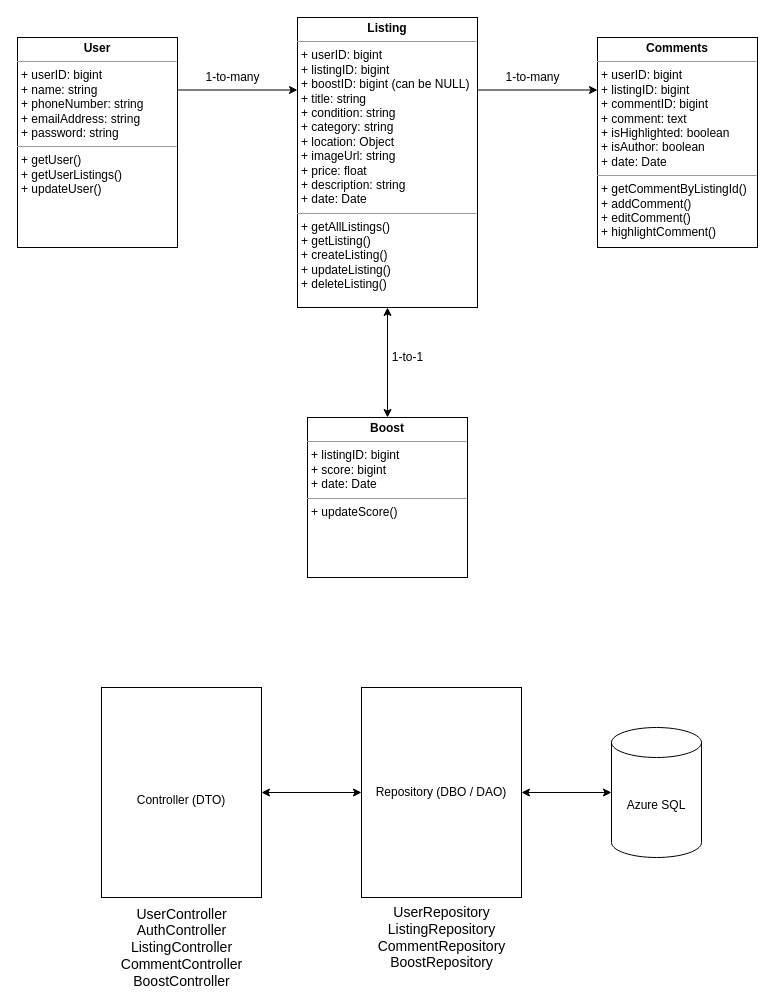
devin-efendy/fujiji keeps this draw.io diagram as docs/drawio/class-diagram.drawio. Above is the earlier version. Source tidied: cells renumbered, new cells numbered last; positions are measured from the earlier drawing's top-left corner, leaving out a move shared by most shapes. Both pictures are drawn from the tidied source at 100%, with x=0, y=0 at pixel (17, 17).
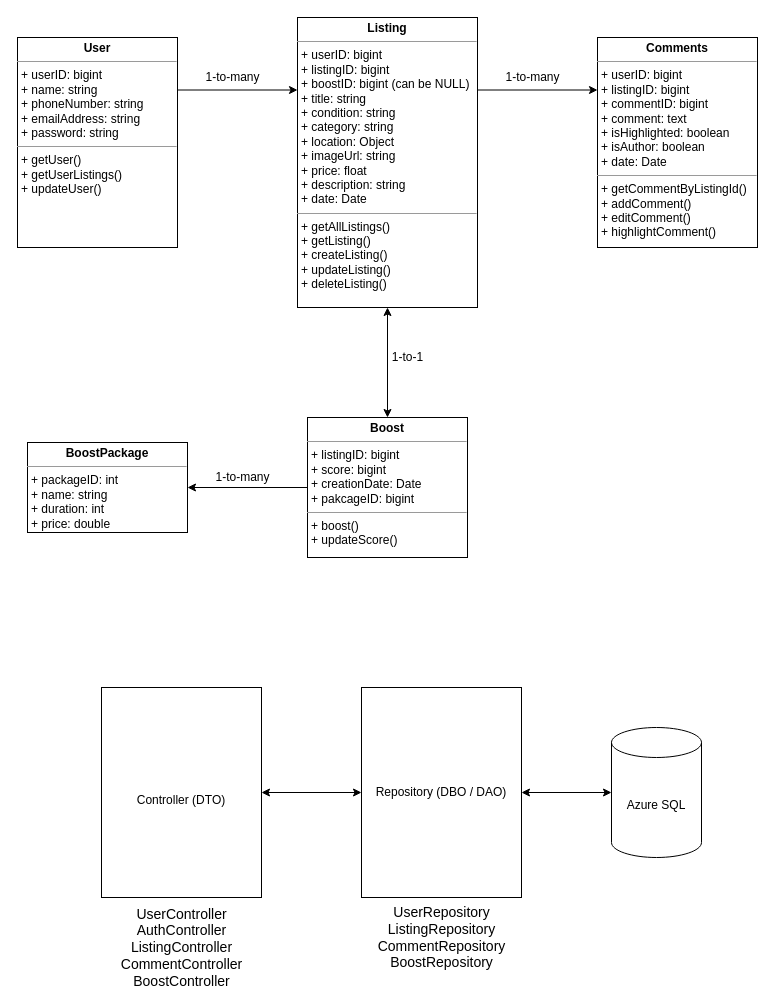
After the change.

What changed in the source:
```diff
@@
-    <mxCell id="14" value="&lt;p style=&quot;margin: 0px ; margin-top: 4px ; text-align: center&quot;&gt;&lt;b&gt;Boost&lt;/b&gt;&lt;/p&gt;&lt;hr size=&quot;1&quot;&gt;&lt;p style=&quot;margin: 0px ; margin-left: 4px&quot;&gt;+ listingID: bigint&lt;/p&gt;&lt;p style=&quot;margin: 0px ; margin-left: 4px&quot;&gt;+ score: bigint&lt;/p&gt;&lt;p style=&quot;margin: 0px ; margin-left: 4px&quot;&gt;+ date: Date&lt;/p&gt;&lt;hr size=&quot;1&quot;&gt;&lt;p style=&quot;margin: 0px ; margin-left: 4px&quot;&gt;+ updateScore()&lt;/p&gt;" style="verticalAlign=top;align=left;overflow=fill;fontSize=12;fontFamily=Helvetica;html=1;" parent="1" vertex="1">
-      <mxGeometry x="290" y="400" width="160" height="160" as="geometry" />
+    <mxCell id="14" value="&lt;p style=&quot;margin: 0px ; margin-top: 4px ; text-align: center&quot;&gt;&lt;b&gt;Boost&lt;/b&gt;&lt;/p&gt;&lt;hr size=&quot;1&quot;&gt;&lt;p style=&quot;margin: 0px ; margin-left: 4px&quot;&gt;+ listingID: bigint&lt;/p&gt;&lt;p style=&quot;margin: 0px ; margin-left: 4px&quot;&gt;+ score: bigint&lt;/p&gt;&lt;p style=&quot;margin: 0px ; margin-left: 4px&quot;&gt;+ creationDate: Date&lt;/p&gt;&lt;p style=&quot;margin: 0px ; margin-left: 4px&quot;&gt;+ pakcageID: bigint&lt;br&gt;&lt;/p&gt;&lt;hr size=&quot;1&quot;&gt;&lt;p style=&quot;margin: 0px ; margin-left: 4px&quot;&gt;+ boost()&lt;/p&gt;&lt;p style=&quot;margin: 0px ; margin-left: 4px&quot;&gt;+ updateScore()&lt;/p&gt;" style="verticalAlign=top;align=left;overflow=fill;fontSize=12;fontFamily=Helvetica;html=1;" parent="1" vertex="1">
+      <mxGeometry x="290" y="400" width="160" height="140" as="geometry" />
     </mxCell>
@@
+    <mxCell id="19" value="&lt;p style=&quot;margin: 0px ; margin-top: 4px ; text-align: center&quot;&gt;&lt;b&gt;BoostPackage&lt;/b&gt;&lt;/p&gt;&lt;hr size=&quot;1&quot;&gt;&lt;p style=&quot;margin: 0px ; margin-left: 4px&quot;&gt;+ packageID: int&lt;/p&gt;&lt;p style=&quot;margin: 0px ; margin-left: 4px&quot;&gt;+ name: string&lt;/p&gt;&lt;p style=&quot;margin: 0px ; margin-left: 4px&quot;&gt;+ duration: int&lt;/p&gt;&lt;p style=&quot;margin: 0px ; margin-left: 4px&quot;&gt;+ price: double&lt;/p&gt;&lt;hr size=&quot;1&quot;&gt;&lt;p style=&quot;margin: 0px ; margin-left: 4px&quot;&gt;&lt;br&gt;&lt;/p&gt;" style="verticalAlign=top;align=left;overflow=fill;fontSize=12;fontFamily=Helvetica;html=1;" parent="1" vertex="1">
+      <mxGeometry x="10" y="425" width="160" height="90" as="geometry" />
+    </mxCell>
+    <mxCell id="20" style="edgeStyle=orthogonalEdgeStyle;rounded=0;jettySize=auto;html=1;entryX=1;entryY=0.5;entryDx=0;entryDy=0;exitX=0;exitY=0.5;exitDx=0;exitDy=0;" parent="1" edge="1" source="14" target="19">
+      <mxGeometry relative="1" as="geometry" />
+    </mxCell>
+    <mxCell id="21" value="1-to-many" style="text;html=1;align=center;verticalAlign=middle;strokeColor=none;fillColor=none;" parent="1" vertex="1">
+      <mxGeometry x="190" y="450" width="70" height="20" as="geometry" />
+    </mxCell>
```
